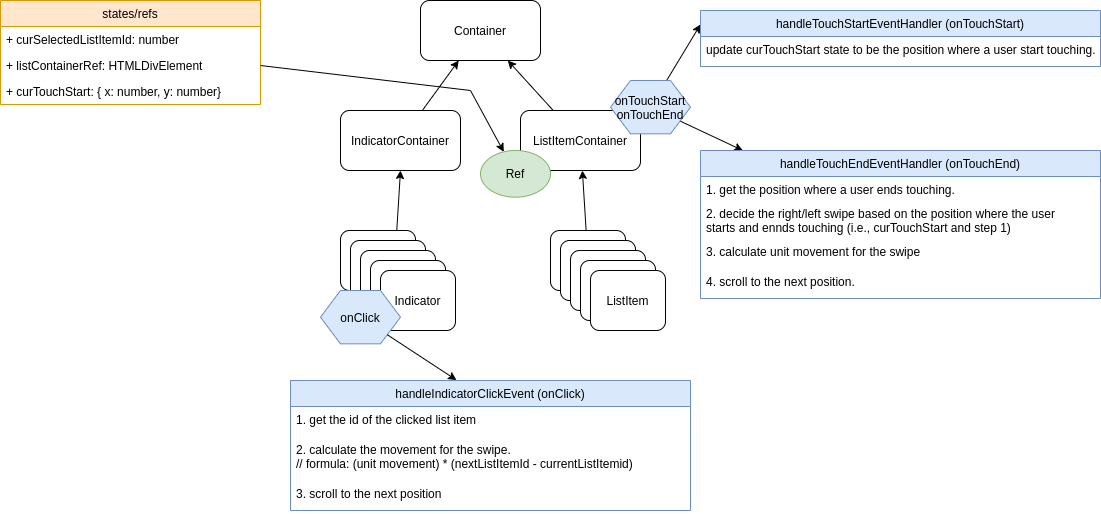
Above: overview.png in stsiwo/stsDev-article-horizontal-scroll-list (draw.io), before the change. Source tidied: cells renumbered, new cells last; positions are measured from the earlier drawing's top-left corner, leaving out a move shared by most shapes.
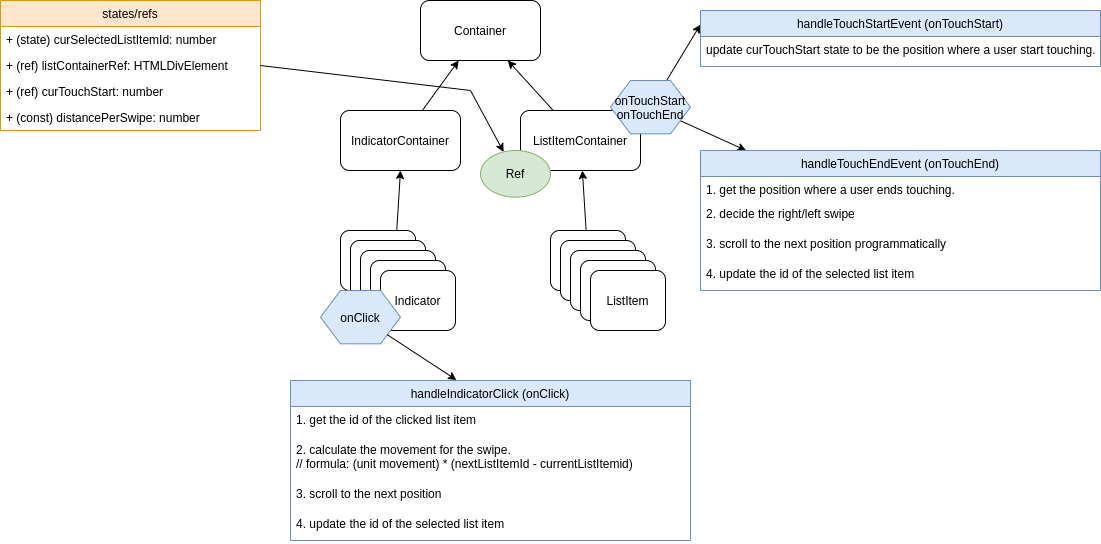
After the commit.

The edit, as a diff of the source:
```diff
@@ -63,17 +63,20 @@
       <mxGeometry relative="1" as="geometry" />
     </mxCell>
     <mxCell id="22" value="states/refs" style="swimlane;fontStyle=0;horizontal=1;startSize=26;fillColor=#ffe6cc;strokeColor=#d79b00;" parent="1" vertex="1">
-      <mxGeometry width="260" height="104" as="geometry" />
+      <mxGeometry width="260" height="130" as="geometry" />
     </mxCell>
-    <mxCell id="23" value="+ curSelectedListItemId: number" style="text;strokeColor=none;fillColor=none;align=left;verticalAlign=top;spacingLeft=4;spacingRight=4;overflow=hidden;" parent="22" vertex="1">
+    <mxCell id="23" value="+ (state) curSelectedListItemId: number" style="text;strokeColor=none;fillColor=none;align=left;verticalAlign=top;spacingLeft=4;spacingRight=4;overflow=hidden;" parent="22" vertex="1">
       <mxGeometry y="26" width="260" height="26" as="geometry" />
     </mxCell>
-    <mxCell id="24" value="+ listContainerRef: HTMLDivElement" style="text;strokeColor=none;fillColor=none;align=left;verticalAlign=top;spacingLeft=4;spacingRight=4;overflow=hidden;points=[[0,0.5],[1,0.5]];portConstraint=eastwest;" parent="22" vertex="1">
+    <mxCell id="24" value="+ (ref) listContainerRef: HTMLDivElement" style="text;strokeColor=none;fillColor=none;align=left;verticalAlign=top;spacingLeft=4;spacingRight=4;overflow=hidden;points=[[0,0.5],[1,0.5]];portConstraint=eastwest;" parent="22" vertex="1">
       <mxGeometry y="52" width="260" height="26" as="geometry" />
     </mxCell>
-    <mxCell id="25" value="+ curTouchStart: { x: number, y: number}" style="text;strokeColor=none;fillColor=none;align=left;verticalAlign=top;spacingLeft=4;spacingRight=4;overflow=hidden;" parent="22" vertex="1">
+    <mxCell id="25" value="+ (ref) curTouchStart: number" style="text;strokeColor=none;fillColor=none;align=left;verticalAlign=top;spacingLeft=4;spacingRight=4;overflow=hidden;" parent="22" vertex="1">
       <mxGeometry y="78" width="260" height="26" as="geometry" />
     </mxCell>
+    <mxCell id="43" value="+ (const) distancePerSwipe: number" style="text;strokeColor=none;fillColor=none;align=left;verticalAlign=top;spacingLeft=4;spacingRight=4;overflow=hidden;" parent="22" vertex="1">
+      <mxGeometry y="104" width="260" height="26" as="geometry" />
+    </mxCell>
     <mxCell id="26" style="edgeStyle=none;rounded=0;jettySize=auto;html=1;" parent="1" edge="1" source="28" target="32">
       <mxGeometry relative="1" as="geometry" />
     </mxCell>
@@ -96,29 +99,29 @@
     <mxCell id="31" style="edgeStyle=none;rounded=0;jettySize=auto;html=1;entryX=0.415;entryY=-0.003;entryDx=0;entryDy=0;entryPerimeter=0;" parent="1" edge="1" source="13" target="39">
       <mxGeometry relative="1" as="geometry" />
     </mxCell>
-    <mxCell id="32" value="handleTouchEndEventHandler (onTouchEnd)" style="swimlane;fontStyle=0;horizontal=1;startSize=26;fillColor=#dae8fc;strokeColor=#6c8ebf;" parent="1" vertex="1">
-      <mxGeometry x="700" y="150" width="400" height="148" as="geometry" />
+    <mxCell id="32" value="handleTouchEndEvent (onTouchEnd)" style="swimlane;fontStyle=0;horizontal=1;startSize=26;fillColor=#dae8fc;strokeColor=#6c8ebf;" parent="1" vertex="1">
+      <mxGeometry x="700" y="150" width="400" height="140" as="geometry" />
     </mxCell>
     <mxCell id="33" value="1. get the position where a user ends touching." style="text;strokeColor=none;fillColor=none;align=left;verticalAlign=top;spacingLeft=4;spacingRight=4;overflow=hidden;" parent="32" vertex="1">
       <mxGeometry y="26" width="400" height="24" as="geometry" />
     </mxCell>
-    <mxCell id="34" value="2. decide the right/left swipe based on the position where the user &#10;starts and ennds touching (i.e., curTouchStart and step 1)" style="text;strokeColor=none;fillColor=none;align=left;verticalAlign=top;spacingLeft=4;spacingRight=4;overflow=hidden;" parent="32" vertex="1">
-      <mxGeometry y="50" width="400" height="38" as="geometry" />
+    <mxCell id="34" value="2. decide the right/left swipe" style="text;strokeColor=none;fillColor=none;align=left;verticalAlign=top;spacingLeft=4;spacingRight=4;overflow=hidden;" parent="32" vertex="1">
+      <mxGeometry y="50" width="400" height="30" as="geometry" />
     </mxCell>
-    <mxCell id="35" value="3. calculate unit movement for the swipe" style="text;strokeColor=none;fillColor=none;align=left;verticalAlign=top;spacingLeft=4;spacingRight=4;overflow=hidden;" parent="32" vertex="1">
-      <mxGeometry y="88" width="400" height="30" as="geometry" />
+    <mxCell id="35" value="3. scroll to the next position programmatically" style="text;strokeColor=none;fillColor=none;align=left;verticalAlign=top;spacingLeft=4;spacingRight=4;overflow=hidden;" parent="32" vertex="1">
+      <mxGeometry y="80" width="400" height="30" as="geometry" />
     </mxCell>
-    <mxCell id="36" value="4. scroll to the next position." style="text;strokeColor=none;fillColor=none;align=left;verticalAlign=top;spacingLeft=4;spacingRight=4;overflow=hidden;" parent="32" vertex="1">
-      <mxGeometry y="118" width="400" height="30" as="geometry" />
+    <mxCell id="36" value="4. update the id of the selected list item" style="text;strokeColor=none;fillColor=none;align=left;verticalAlign=top;spacingLeft=4;spacingRight=4;overflow=hidden;" parent="32" vertex="1">
+      <mxGeometry y="110" width="400" height="30" as="geometry" />
     </mxCell>
-    <mxCell id="37" value="handleTouchStartEventHandler (onTouchStart)" style="swimlane;fontStyle=0;horizontal=1;startSize=26;fillColor=#dae8fc;strokeColor=#6c8ebf;" parent="1" vertex="1">
+    <mxCell id="37" value="handleTouchStartEvent (onTouchStart)" style="swimlane;fontStyle=0;horizontal=1;startSize=26;fillColor=#dae8fc;strokeColor=#6c8ebf;" parent="1" vertex="1">
       <mxGeometry x="700" y="10" width="400" height="56" as="geometry" />
     </mxCell>
     <mxCell id="38" value="update curTouchStart state to be the position where a user start touching." style="text;strokeColor=none;fillColor=none;align=left;verticalAlign=top;spacingLeft=4;spacingRight=4;overflow=hidden;fontStyle=0;" parent="37" vertex="1">
       <mxGeometry y="26" width="400" height="30" as="geometry" />
     </mxCell>
-    <mxCell id="39" value="handleIndicatorClickEvent (onClick)" style="swimlane;fontStyle=0;horizontal=1;startSize=26;fillColor=#dae8fc;strokeColor=#6c8ebf;" parent="1" vertex="1">
-      <mxGeometry x="290" y="380" width="400" height="130" as="geometry" />
+    <mxCell id="39" value="handleIndicatorClick (onClick)" style="swimlane;fontStyle=0;horizontal=1;startSize=26;fillColor=#dae8fc;strokeColor=#6c8ebf;" parent="1" vertex="1">
+      <mxGeometry x="290" y="380" width="400" height="160" as="geometry" />
     </mxCell>
     <mxCell id="40" value="1. get the id of the clicked list item" style="text;strokeColor=none;fillColor=none;align=left;verticalAlign=top;spacingLeft=4;spacingRight=4;overflow=hidden;fontStyle=0;" parent="39" vertex="1">
       <mxGeometry y="26" width="400" height="30" as="geometry" />
@@ -129,5 +132,8 @@
     <mxCell id="42" value="3. scroll to the next position" style="text;strokeColor=none;fillColor=none;align=left;verticalAlign=top;spacingLeft=4;spacingRight=4;overflow=hidden;fontStyle=0;" parent="39" vertex="1">
       <mxGeometry y="100" width="400" height="30" as="geometry" />
     </mxCell>
+    <mxCell id="44" value="4. update the id of the selected list item" style="text;strokeColor=none;fillColor=none;align=left;verticalAlign=top;spacingLeft=4;spacingRight=4;overflow=hidden;fontStyle=0;" parent="39" vertex="1">
+      <mxGeometry y="130" width="400" height="30" as="geometry" />
+    </mxCell>
   </root>
 </mxGraphModel>
```
